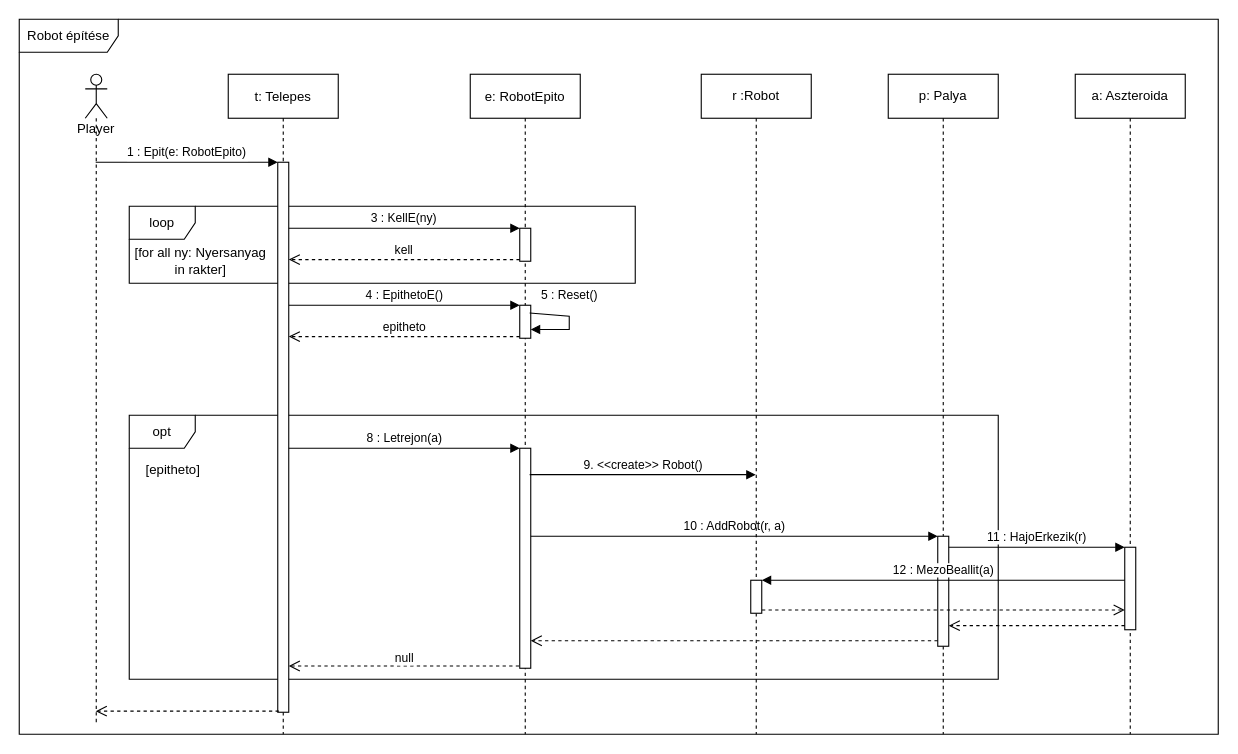
Above: doc/uml/szekvencia_robotEpit.drawio in torpeBoiGo/aszteroidabanyaszat (draw.io), before the change. Source tidied: cells renumbered, new cells numbered last; positions are measured from the earlier drawing's top-left corner, leaving out a move shared by most shapes. Both pictures are drawn from the tidied source at 110%, with x=0, y=0 at pixel (19, 19).
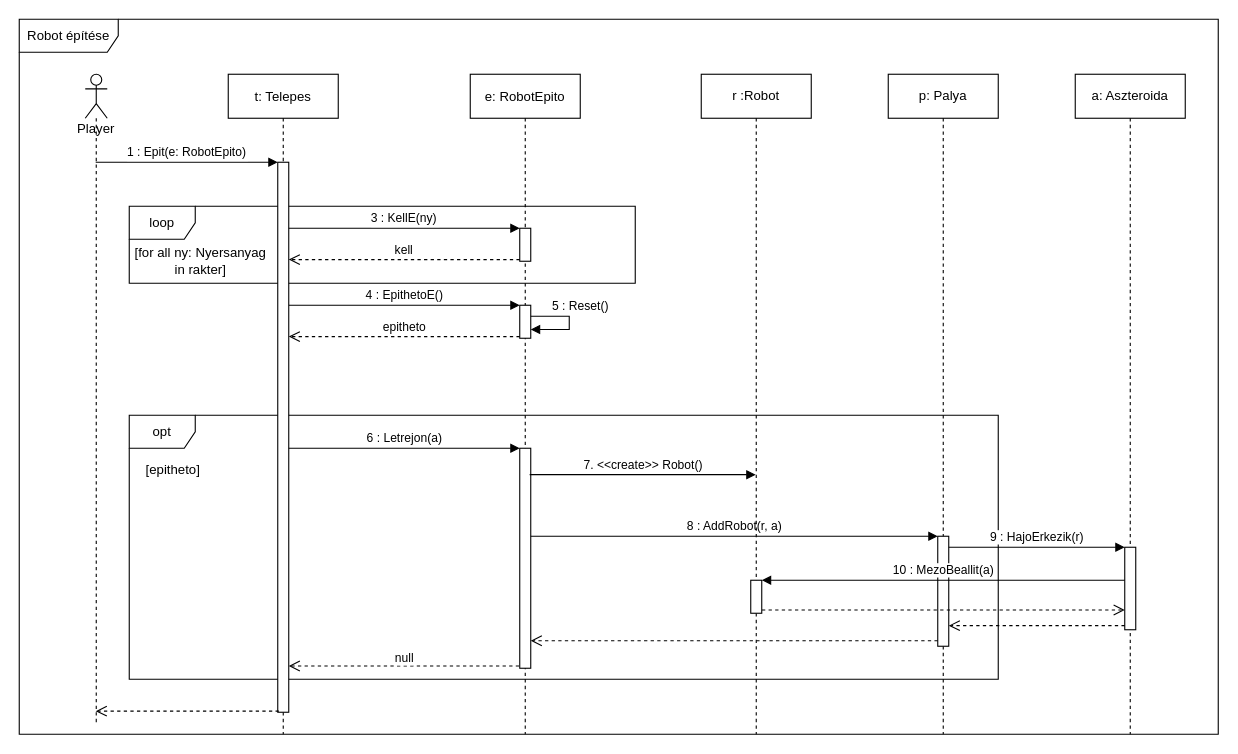
The same page after the edit.

Commit message:
Update szekvencia_robotEpit.drawio: szamozas javitasa

The change refers to these unchanged cells:
```xml
<mxCell id="8" style="html=1;points=[];perimeter=orthogonalPerimeter;" parent="6" vertex="1">
  <mxGeometry x="45" y="80" width="10" height="500" as="geometry" />
</mxCell>
<mxCell id="9" value="e: RobotEpito" style="shape=umlLifeline;perimeter=lifelinePerimeter;rounded=0;shadow=0;strokeWidth=1;" parent="1" vertex="1">
  <mxGeometry x="410" y="50" width="100" height="600" as="geometry" />
</mxCell>
<mxCell id="10" style="html=1;points=[];perimeter=orthogonalPerimeter;" parent="9" vertex="1">
  <mxGeometry x="45" y="210" width="10" height="30" as="geometry" />
</mxCell>
<mxCell id="12" style="html=1;points=[];perimeter=orthogonalPerimeter;" parent="9" vertex="1">
  <mxGeometry x="45" y="340" width="10" height="200" as="geometry" />
</mxCell>
<mxCell id="20" style="html=1;points=[];perimeter=orthogonalPerimeter;" parent="19" vertex="1">
  <mxGeometry x="45" y="420" width="10" height="100" as="geometry" />
</mxCell>
<mxCell id="24" style="html=1;points=[];perimeter=orthogonalPerimeter;" parent="23" vertex="1">
  <mxGeometry x="45" y="430" width="10" height="75" as="geometry" />
</mxCell>
<mxCell id="33" value="r :Robot" style="shape=umlLifeline;perimeter=lifelinePerimeter;whiteSpace=wrap;html=1;outlineConnect=0;" parent="1" vertex="1">
  <mxGeometry x="620" y="50" width="100" height="600" as="geometry" />
</mxCell>
<mxCell id="34" style="html=1;points=[];perimeter=orthogonalPerimeter;" parent="33" vertex="1">
  <mxGeometry x="45" y="460" width="10" height="30" as="geometry" />
</mxCell>
```

Diff of the diagram source:
```diff
@@
-    <mxCell id="13" value="5 : Reset()" style="html=1;verticalAlign=bottom;endArrow=block;exitX=0.9;exitY=0.233;exitDx=0;exitDy=0;exitPerimeter=0;entryX=1;entryY=0.733;entryDx=0;entryDy=0;entryPerimeter=0;rounded=0;" parent="9" edge="1" source="10" target="10">
+    <mxCell id="13" value="5 : Reset()" style="html=1;verticalAlign=bottom;endArrow=block;entryX=1;entryY=0.733;entryDx=0;entryDy=0;entryPerimeter=0;rounded=0;" parent="9" edge="1" target="10">
       <mxGeometry x="-0.15" y="10" relative="1" as="geometry">
+        <mxPoint x="55" y="220" as="sourcePoint" />
         <Array as="points">
           <mxPoint x="90" y="220" />
           <mxPoint x="90" y="232" />
         </Array>
       </mxGeometry>
     </mxCell>
@@
-    <mxCell id="21" value="10 : AddRobot(r, a)" style="html=1;verticalAlign=bottom;endArrow=block;entryX=0;entryY=0;" parent="1" edge="1" source="12" target="20">
+    <mxCell id="21" value="8 : AddRobot(r, a)" style="html=1;verticalAlign=bottom;endArrow=block;entryX=0;entryY=0;" parent="1" edge="1" source="12" target="20">
       <mxGeometry relative="1" as="geometry" />
     </mxCell>
@@
-    <mxCell id="25" value="11 : HajoErkezik(r)" style="html=1;verticalAlign=bottom;endArrow=block;entryX=0;entryY=0;" parent="1" edge="1" source="20" target="24">
+    <mxCell id="25" value="9 : HajoErkezik(r)" style="html=1;verticalAlign=bottom;endArrow=block;entryX=0;entryY=0;" parent="1" edge="1" source="20" target="24">
       <mxGeometry relative="1" as="geometry" />
     </mxCell>
@@
-    <mxCell id="27" value="12 : MezoBeallit(a)" style="html=1;verticalAlign=bottom;endArrow=block;" parent="1" edge="1" source="24" target="34">
+    <mxCell id="27" value="10 : MezoBeallit(a)" style="html=1;verticalAlign=bottom;endArrow=block;" parent="1" edge="1" source="24" target="34">
       <mxGeometry relative="1" as="geometry">
         <Array as="points">
           <mxPoint x="790" y="510" />
         </Array>
       </mxGeometry>
     </mxCell>
@@
-    <mxCell id="30" value="8 : Letrejon(a)" style="html=1;verticalAlign=bottom;endArrow=block;entryX=0;entryY=0;" parent="1" edge="1" source="8" target="12">
+    <mxCell id="30" value="6 : Letrejon(a)" style="html=1;verticalAlign=bottom;endArrow=block;entryX=0;entryY=0;" parent="1" edge="1" source="8" target="12">
       <mxGeometry relative="1" as="geometry">
         <Array as="points">
           <mxPoint x="320" y="390" />
         </Array>
       </mxGeometry>
     </mxCell>
@@
-    <mxCell id="35" value="9. &amp;lt;&amp;lt;create&amp;gt;&amp;gt; Robot()" style="html=1;verticalAlign=bottom;endArrow=block;strokeColor=#000000;exitX=0.9;exitY=0.12;exitDx=0;exitDy=0;exitPerimeter=0;" parent="1" edge="1" source="12" target="33">
+    <mxCell id="35" value="7. &amp;lt;&amp;lt;create&amp;gt;&amp;gt; Robot()" style="html=1;verticalAlign=bottom;endArrow=block;strokeColor=#000000;exitX=0.9;exitY=0.12;exitDx=0;exitDy=0;exitPerimeter=0;" parent="1" edge="1" source="12" target="33">
       <mxGeometry relative="1" as="geometry">
         <Array as="points">
           <mxPoint x="610" y="414" />
         </Array>
       </mxGeometry>
     </mxCell>
```
